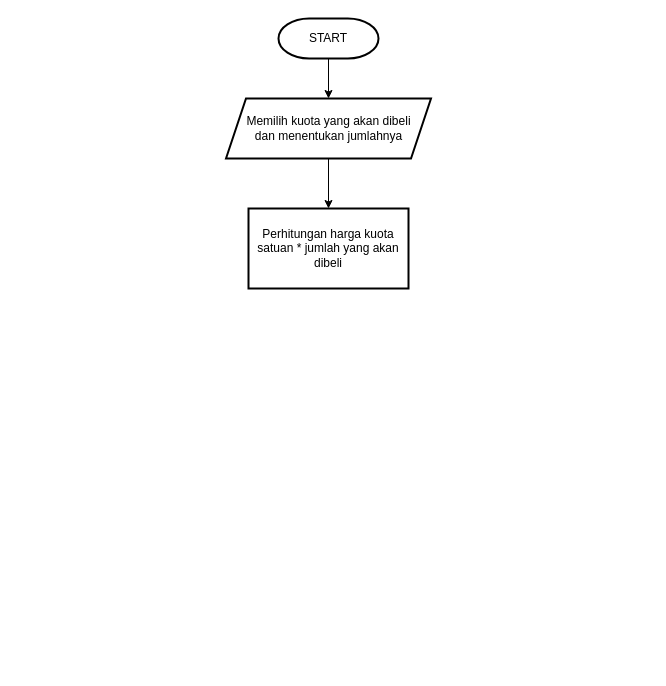
Before: flowchart.drawio in Tulus0399/Tulus_Suryo-Kalkulator_diskon, a draw.io diagram. Source tidied: cells renumbered, new cells numbered last; positions are measured from the earlier drawing's top-left corner, leaving out a move shared by most shapes. Both pictures are drawn from the tidied source at 100%, with x=0, y=0 at pixel (226, 18).
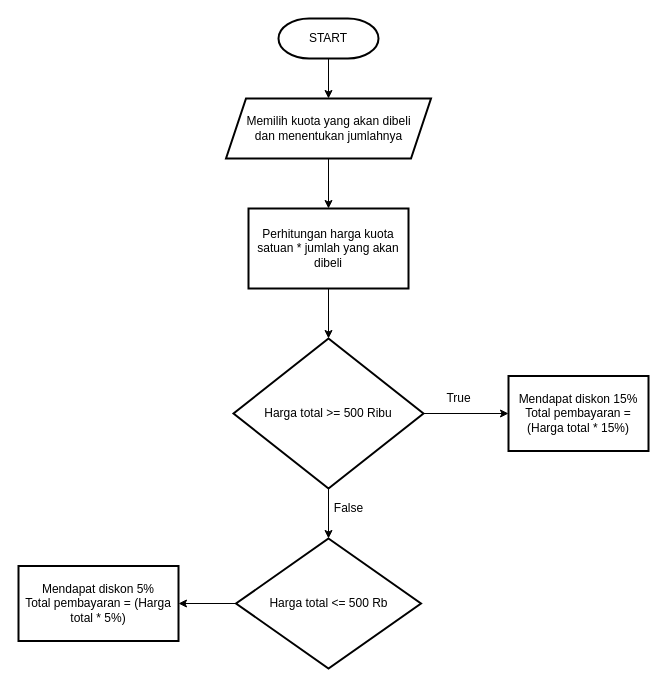
After the change.

Commit message:
menentukan diskon dengan percabangan if else

Diff of the diagram source:
```diff
@@
 <mxGraphModel>
   <root>
     <mxCell id="0" />
     <mxCell id="1" parent="0" />
     <mxCell id="2" style="edgeStyle=none;html=1;" parent="1" edge="1" source="3" target="5">
       <mxGeometry relative="1" as="geometry" />
     </mxCell>
     <mxCell id="3" value="START" style="strokeWidth=2;html=1;shape=mxgraph.flowchart.terminator;whiteSpace=wrap;" parent="1" vertex="1">
       <mxGeometry x="52" width="100" height="40" as="geometry" />
     </mxCell>
     <mxCell id="4" style="edgeStyle=none;html=1;" parent="1" edge="1" source="5" target="6">
       <mxGeometry relative="1" as="geometry" />
     </mxCell>
     <mxCell id="5" value="Memilih kuota yang akan dibeli &lt;br&gt;dan menentukan jumlahnya" style="shape=parallelogram;perimeter=parallelogramPerimeter;whiteSpace=wrap;html=1;fixedSize=1;strokeWidth=2;" parent="1" vertex="1">
       <mxGeometry x="-0.5" y="80" width="205" height="60" as="geometry" />
     </mxCell>
+    <mxCell id="7" style="edgeStyle=none;html=1;" parent="1" edge="1" source="6" target="10">
+      <mxGeometry relative="1" as="geometry" />
+    </mxCell>
     <mxCell id="6" value="&lt;span&gt;Perhitungan harga kuota satuan * jumlah yang akan dibeli&lt;/span&gt;" style="whiteSpace=wrap;html=1;strokeWidth=2;" parent="1" vertex="1">
       <mxGeometry x="22" y="190" width="160" height="80" as="geometry" />
     </mxCell>
+    <mxCell id="8" style="edgeStyle=none;html=1;" parent="1" edge="1" source="10" target="12">
+      <mxGeometry relative="1" as="geometry" />
+    </mxCell>
+    <mxCell id="9" style="edgeStyle=none;html=1;" parent="1" edge="1" source="10" target="13">
+      <mxGeometry relative="1" as="geometry" />
+    </mxCell>
+    <mxCell id="10" value="&lt;span&gt;Harga total &amp;gt;= 500 Ribu&lt;/span&gt;" style="rhombus;whiteSpace=wrap;html=1;strokeWidth=2;" parent="1" vertex="1">
+      <mxGeometry x="7" y="320" width="190" height="150" as="geometry" />
+    </mxCell>
+    <mxCell id="11" style="edgeStyle=none;html=1;" parent="1" edge="1" source="12" target="16">
+      <mxGeometry relative="1" as="geometry" />
+    </mxCell>
+    <mxCell id="12" value="&lt;span&gt;Harga total &amp;lt;= 500 Rb&lt;/span&gt;" style="rhombus;whiteSpace=wrap;html=1;strokeWidth=2;" parent="1" vertex="1">
+      <mxGeometry x="9.5" y="520" width="185" height="130" as="geometry" />
+    </mxCell>
+    <mxCell id="13" value="&lt;span&gt;Mendapat diskon 15%&lt;/span&gt;&lt;br&gt;&lt;span&gt;Total pembayaran = (Harga total * 15%)&lt;/span&gt;" style="whiteSpace=wrap;html=1;strokeWidth=2;" parent="1" vertex="1">
+      <mxGeometry x="282" y="357.5" width="140" height="75" as="geometry" />
+    </mxCell>
+    <mxCell id="14" value="True" style="text;html=1;align=center;verticalAlign=middle;strokeColor=none;fillColor=none;" parent="1" vertex="1">
+      <mxGeometry x="212" y="370" width="40" height="20" as="geometry" />
+    </mxCell>
+    <mxCell id="15" value="False" style="text;html=1;align=center;verticalAlign=middle;strokeColor=none;fillColor=none;" parent="1" vertex="1">
+      <mxGeometry x="102" y="480" width="40" height="20" as="geometry" />
+    </mxCell>
+    <mxCell id="16" value="&lt;span&gt;Mendapat diskon 5%&lt;/span&gt;&lt;br&gt;&lt;span&gt;Total pembayaran = (Harga total * 5%)&lt;/span&gt;" style="whiteSpace=wrap;html=1;strokeWidth=2;" parent="1" vertex="1">
+      <mxGeometry x="-208" y="547.5" width="160" height="75" as="geometry" />
+    </mxCell>
   </root>
 </mxGraphModel>
```
